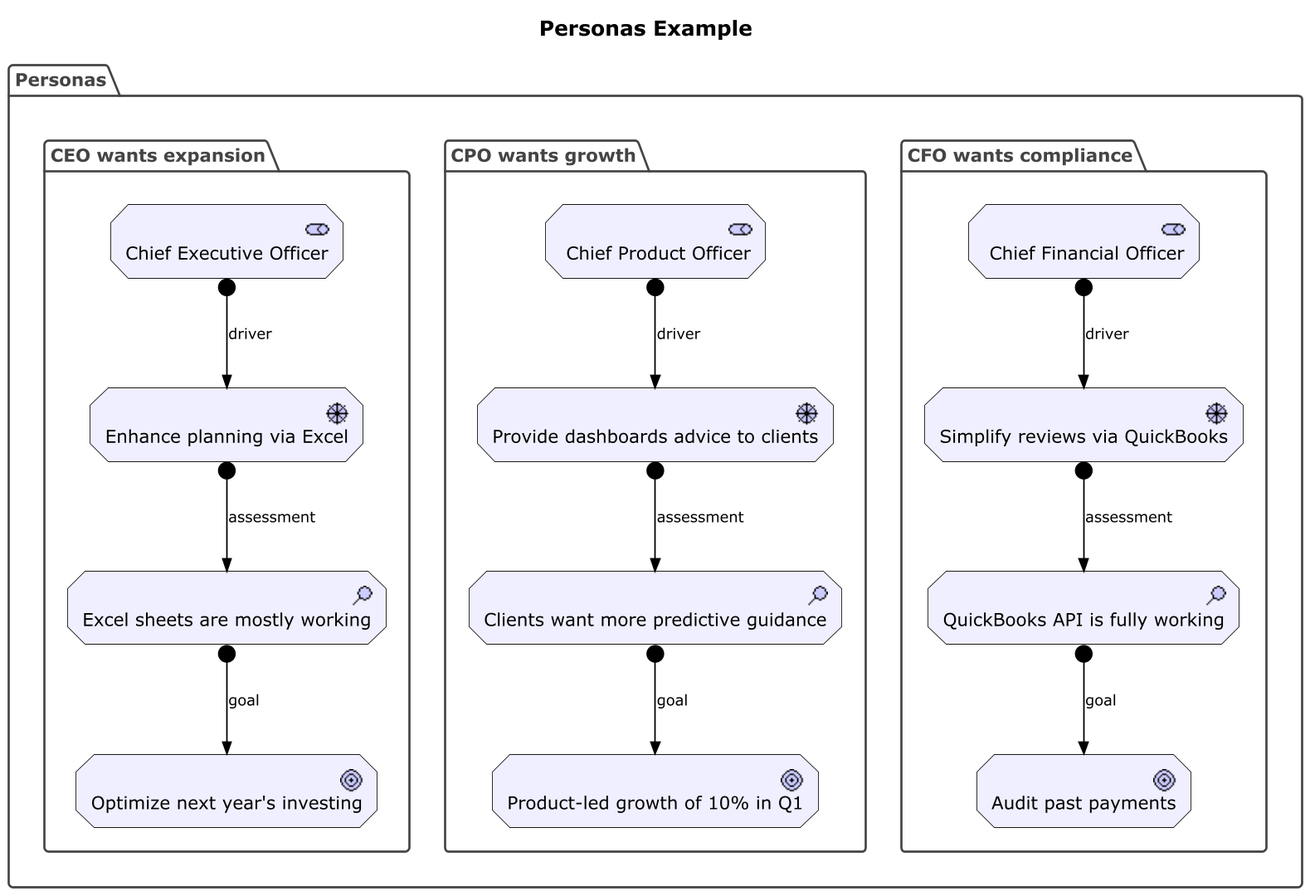
Earlier version of the PlantUML export doc/examples/personas.png (SixArm/archimate-examples).
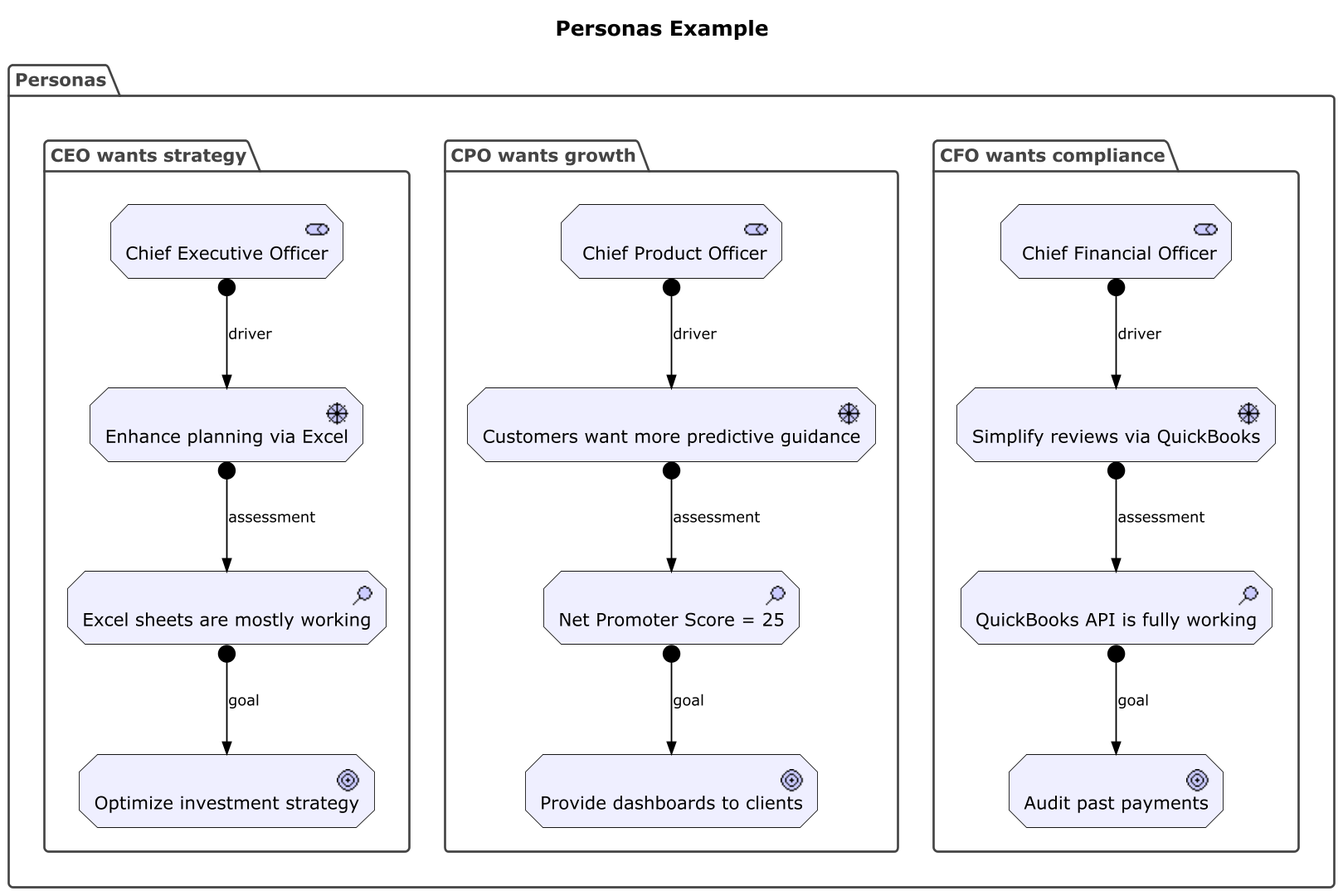
The same diagram one commit later.

The edit, as a diff of the source:
```diff
@@ -1,32 +1,32 @@
 @startuml
 scale 1920*1080
-!include archimate.puml
+!include Archimate.puml
 
 title Personas Example
 
 Group(personas, "Personas") {
 
-    Group(group_ceo, "CEO wants expansion") {
+    Group(group_ceo, "CEO wants strategy") {
 
         Motivation_Stakeholder(ceo, "Chief Executive Officer")
         Motivation_Driver(enhance_future_investments, "Enhance planning via Excel")
         Rel_Assignment(ceo, enhance_future_investments, "driver")
         Motivation_Assessment(excel_assessment, "Excel sheets are mostly working")
         Rel_Assignment(enhance_future_investments, excel_assessment, "assessment")
-        Motivation_Goal(predict_future_profits, "Optimize next year's investing")
-        Rel_Assignment(excel_assessment, predict_future_profits, "goal")
+        Motivation_Goal(optimize_investment_strategy, "Optimize investment strategy")
+        Rel_Assignment(excel_assessment, optimize_investment_strategy, "goal")
 
     }
 
     Group(group_cpo, "CPO wants growth") {
 
         Motivation_Stakeholder(cpo, " Chief Product Officer")
-        Motivation_Driver(provide_better_advice, "Provide dashboards advice to clients")
+        Motivation_Driver(provide_better_advice, "Customers want more predictive guidance")
         Rel_Assignment(cpo, provide_better_advice, "driver")
-        Motivation_Assessment(clients_assessment, "Clients want more predictive guidance")
+        Motivation_Assessment(clients_assessment, "Net Promoter Score = 25")
         Rel_Assignment(provide_better_advice, clients_assessment, "assessment")
-        Motivation_Goal(product_led_growth, "Product-led growth of 10% in Q1")
-        Rel_Assignment(clients_assessment, product_led_growth, "goal")
+        Motivation_Goal(provide_dashboards, "Provide dashboards to clients")
+        Rel_Assignment(clients_assessment, provide_dashboards, "goal")
 
     }
 
@@ -37,8 +37,8 @@
         Rel_Assignment(cfo, simplify_past_analyses, "driver")
         Motivation_Assessment(quickbooks_assessment, "QuickBooks API is fully working")
         Rel_Assignment(simplify_past_analyses, quickbooks_assessment, "assessment")
-        Motivation_Goal(review_past_payments, "Audit past payments")
-        Rel_Assignment(quickbooks_assessment, review_past_payments, "goal")
+        Motivation_Goal(audit_past_payments, "Audit past payments")
+        Rel_Assignment(quickbooks_assessment, audit_past_payments, "goal")
 
     }
 
```
